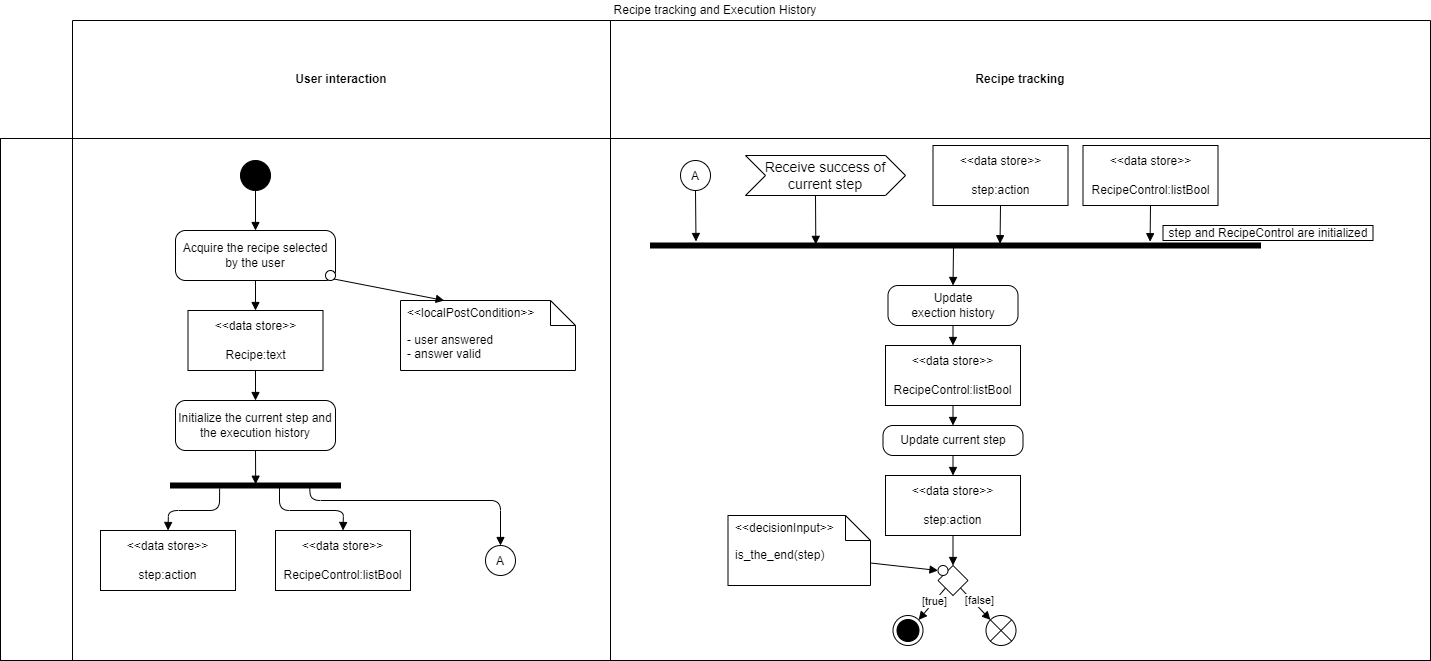
The draw.io diagram src/recipe_tracking/diagrams/activity_diagram.png in ignithor/Assignment_Cogar_Group_C, before a commit. Source tidied: cells renumbered, new cells last; positions are measured from the earlier drawing's top-left corner, leaving out a move shared by most shapes.
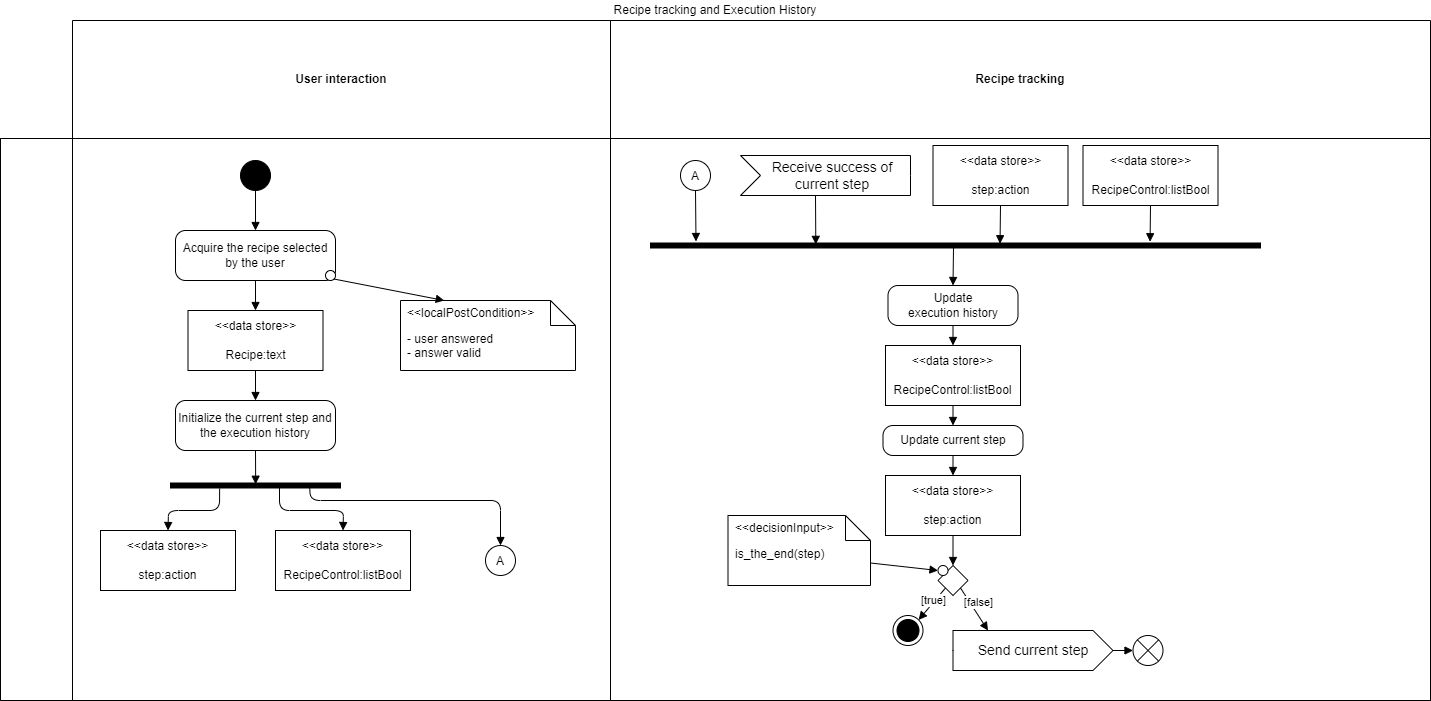
The same diagram one commit later.

Commit message:
fix: recipe_tracking/fix diagrams.

Diff of the diagram source:
```diff
@@ -3,7 +3,7 @@
     <mxCell id="0" />
     <mxCell id="1" parent="0" />
     <mxCell id="2" value="Recipe tracking and Execution History" style="shape=table;html=1;whiteSpace=wrap;startSize=20;fillColor=none;swimlaneFillColor=#ffffff;strokeColor=none;" parent="1" vertex="1">
-      <mxGeometry y="60" width="1430" height="660" as="geometry" />
+      <mxGeometry y="60" width="1430" height="700" as="geometry" />
     </mxCell>
     <mxCell id="3" style="shape=partialRectangle;html=1;whiteSpace=wrap;fillColor=none;top=0;left=0;bottom=0;right=0;strokeColor=none;" parent="2" vertex="1">
       <mxGeometry y="20" width="1430" height="118" as="geometry" />
@@ -18,16 +18,16 @@
       <mxGeometry x="610" width="820" height="118" as="geometry" />
     </mxCell>
     <mxCell id="7" style="shape=partialRectangle;html=1;whiteSpace=wrap;fillColor=none;top=1;left=1;bottom=1;right=1;" parent="2" vertex="1">
-      <mxGeometry y="138" width="1430" height="522" as="geometry" />
+      <mxGeometry y="138" width="1430" height="562" as="geometry" />
     </mxCell>
     <mxCell id="8" style="shape=partialRectangle;html=1;whiteSpace=wrap;fillColor=none;top=1;left=1;bottom=1;right=1;overflow=hidden;horizontal=0;" parent="7" vertex="1">
-      <mxGeometry width="72" height="522" as="geometry" />
+      <mxGeometry width="72" height="562" as="geometry" />
     </mxCell>
     <mxCell id="9" style="shape=partialRectangle;html=1;whiteSpace=wrap;fillColor=none;top=1;left=1;bottom=1;right=1;overflow=hidden;" parent="7" vertex="1">
-      <mxGeometry x="72" width="538" height="522" as="geometry" />
+      <mxGeometry x="72" width="538" height="562" as="geometry" />
     </mxCell>
     <mxCell id="10" style="shape=partialRectangle;html=1;whiteSpace=wrap;fillColor=none;top=1;left=1;bottom=1;right=1;overflow=hidden;" parent="7" vertex="1">
-      <mxGeometry x="610" width="820" height="522" as="geometry" />
+      <mxGeometry x="610" width="820" height="562" as="geometry" />
     </mxCell>
     <mxCell id="11" style="ellipse;fillColor=strokeColor;html=1;" parent="1" vertex="1">
       <mxGeometry x="240" y="220" width="30" height="30" as="geometry" />
@@ -111,9 +111,6 @@
     <mxCell id="32" value="&amp;lt;&amp;lt;data store&amp;gt;&amp;gt;&lt;br&gt;&lt;br&gt;RecipeControl:listBool" style="html=1;align=center;verticalAlign=middle;dashed=0;whiteSpace=wrap;" parent="1" vertex="1">
       <mxGeometry x="1082.5" y="205" width="135" height="60" as="geometry" />
     </mxCell>
-    <mxCell id="33" value="Receive success of current step" style="html=1;shape=mxgraph.infographic.ribbonSimple;notch1=20;notch2=20;align=center;verticalAlign=middle;fontSize=14;fontStyle=0;fillColor=#FFFFFF;whiteSpace=wrap;" parent="1" vertex="1">
-      <mxGeometry x="745" y="215" width="160" height="40" as="geometry" />
-    </mxCell>
     <mxCell id="34" value="A" style="ellipse;" parent="1" vertex="1">
       <mxGeometry x="680" y="220" width="30" height="30" as="geometry" />
     </mxCell>
@@ -122,8 +119,10 @@
         <mxPoint x="695.5" y="301" as="targetPoint" />
       </mxGeometry>
     </mxCell>
-    <mxCell id="36" style="html=1;verticalAlign=bottom;labelBackgroundColor=none;endArrow=block;endFill=1;endSize=6;align=left;exitX=0;exitY=0;exitDx=70;exitDy=40;exitPerimeter=0;entryX=0.274;entryY=0.729;entryDx=0;entryDy=0;entryPerimeter=0;" parent="1" edge="1" source="33" target="30">
-      <mxGeometry x="-1" relative="1" as="geometry" />
+    <mxCell id="36" style="html=1;verticalAlign=bottom;labelBackgroundColor=none;endArrow=block;endFill=1;endSize=6;align=left;exitX=0;exitY=0;exitDx=70;exitDy=40;exitPerimeter=0;entryX=0.274;entryY=0.729;entryDx=0;entryDy=0;entryPerimeter=0;" parent="1" edge="1" target="30">
+      <mxGeometry x="-1" relative="1" as="geometry">
+        <mxPoint x="815" y="255" as="sourcePoint" />
+      </mxGeometry>
     </mxCell>
     <mxCell id="37" style="html=1;verticalAlign=bottom;labelBackgroundColor=none;endArrow=block;endFill=1;endSize=6;align=left;exitX=0.5;exitY=1;exitDx=0;exitDy=0;entryX=0.141;entryY=0.427;entryDx=0;entryDy=0;entryPerimeter=0;" parent="1" edge="1" source="31" target="30">
       <mxGeometry x="-1" relative="1" as="geometry" />
@@ -131,10 +130,7 @@
     <mxCell id="38" style="html=1;verticalAlign=bottom;labelBackgroundColor=none;endArrow=block;endFill=1;endSize=6;align=left;exitX=0.5;exitY=1;exitDx=0;exitDy=0;entryX=-0.259;entryY=0.181;entryDx=0;entryDy=0;entryPerimeter=0;" parent="1" edge="1" source="32" target="30">
       <mxGeometry x="-1" relative="1" as="geometry" />
     </mxCell>
-    <mxCell id="39" value="&lt;span style=&quot;font-weight: normal;&quot;&gt;step and RecipeControl are initialized&lt;/span&gt;" style="fontStyle=1;whiteSpace=wrap;html=1;" parent="1" vertex="1">
-      <mxGeometry x="1162.5" y="285" width="210" height="15" as="geometry" />
-    </mxCell>
-    <mxCell id="40" value="Update&lt;div&gt;exection history&lt;/div&gt;" style="html=1;dashed=0;rounded=1;absoluteArcSize=1;arcSize=20;verticalAlign=middle;align=center;whiteSpace=wrap;" parent="1" vertex="1">
+    <mxCell id="40" value="Update&lt;div&gt;execution history&lt;/div&gt;" style="html=1;dashed=0;rounded=1;absoluteArcSize=1;arcSize=20;verticalAlign=middle;align=center;whiteSpace=wrap;" parent="1" vertex="1">
       <mxGeometry x="887.5" y="345" width="130" height="40" as="geometry" />
     </mxCell>
     <mxCell id="41" style="html=1;verticalAlign=bottom;labelBackgroundColor=none;endArrow=block;endFill=1;endSize=6;align=left;exitX=0.5;exitY=1;exitDx=0;exitDy=0;entryX=0.5;entryY=0;entryDx=0;entryDy=0;" parent="1" edge="1" target="40">
@@ -170,7 +166,7 @@
       <mxGeometry x="892.5" y="675" width="30" height="30" as="geometry" />
     </mxCell>
     <mxCell id="51" style="shape=sumEllipse;perimeter=ellipsePerimeter;html=1;backgroundOutline=1;" parent="1" vertex="1">
-      <mxGeometry x="985.5" y="675" width="30" height="30" as="geometry" />
+      <mxGeometry x="1132.5" y="695" width="30" height="30" as="geometry" />
     </mxCell>
     <mxCell id="52" style="html=1;verticalAlign=bottom;labelBackgroundColor=none;endArrow=block;endFill=1;endSize=6;align=left;exitX=0;exitY=1;exitDx=0;exitDy=0;entryX=1;entryY=0;entryDx=0;entryDy=0;" parent="1" edge="1" source="45" target="50">
       <mxGeometry x="-1" relative="1" as="geometry" />
@@ -178,7 +174,7 @@
     <mxCell id="53" value="[true]" style="edgeLabel;html=1;align=center;verticalAlign=middle;" parent="52" vertex="1">
       <mxGeometry x="-0.15" y="-2" relative="1" as="geometry" />
     </mxCell>
-    <mxCell id="54" style="html=1;verticalAlign=bottom;labelBackgroundColor=none;endArrow=block;endFill=1;endSize=6;align=left;exitX=1;exitY=1;exitDx=0;exitDy=0;entryX=0;entryY=0;entryDx=0;entryDy=0;" parent="1" edge="1" source="45" target="51">
+    <mxCell id="54" style="html=1;verticalAlign=bottom;labelBackgroundColor=none;endArrow=block;endFill=1;endSize=6;align=left;exitX=1;exitY=1;exitDx=0;exitDy=0;entryX=0;entryY=0;entryDx=35;entryDy=0;entryPerimeter=0;" parent="1" edge="1" source="45" target="60">
       <mxGeometry x="-1" relative="1" as="geometry" />
     </mxCell>
     <mxCell id="55" value="[false]" style="edgeLabel;html=1;align=center;verticalAlign=middle;" parent="54" vertex="1">
@@ -198,5 +194,14 @@
     <mxCell id="59" style="html=1;verticalAlign=bottom;labelBackgroundColor=none;endArrow=block;endFill=1;endSize=6;align=left;exitX=0;exitY=0;exitDx=142.5;exitDy=47.5;entryX=0;entryY=0.5;entryDx=0;entryDy=0;exitPerimeter=0;" parent="1" edge="1" source="57" target="56">
       <mxGeometry x="-1" relative="1" as="geometry" />
     </mxCell>
+    <mxCell id="60" value="Send current step" style="html=1;shape=mxgraph.infographic.ribbonSimple;notch1=0;notch2=20;align=center;verticalAlign=middle;fontSize=14;fontStyle=0;fillColor=#FFFFFF;whiteSpace=wrap;" parent="1" vertex="1">
+      <mxGeometry x="952.5" y="690" width="160" height="40" as="geometry" />
+    </mxCell>
+    <mxCell id="33" value="&lt;span style=&quot;color: rgb(0, 0, 0);&quot;&gt;Receive success of current step&lt;/span&gt;" style="html=1;shape=mxgraph.infographic.ribbonSimple;notch1=20;notch2=0;align=center;verticalAlign=middle;fontSize=14;fontStyle=0;fillColor=#FFFFFF;flipH=0;spacingRight=0;spacingLeft=14;whiteSpace=wrap;" parent="1" vertex="1">
+      <mxGeometry x="740" y="215" width="170" height="40" as="geometry" />
+    </mxCell>
+    <mxCell id="61" style="html=1;verticalAlign=bottom;labelBackgroundColor=none;endArrow=block;endFill=1;endSize=6;align=left;exitX=1;exitY=0.5;exitDx=0;exitDy=0;entryX=0;entryY=0.5;entryDx=0;entryDy=0;exitPerimeter=0;" parent="1" edge="1" source="60" target="51">
+      <mxGeometry x="-1" relative="1" as="geometry" />
+    </mxCell>
   </root>
 </mxGraphModel>
```
